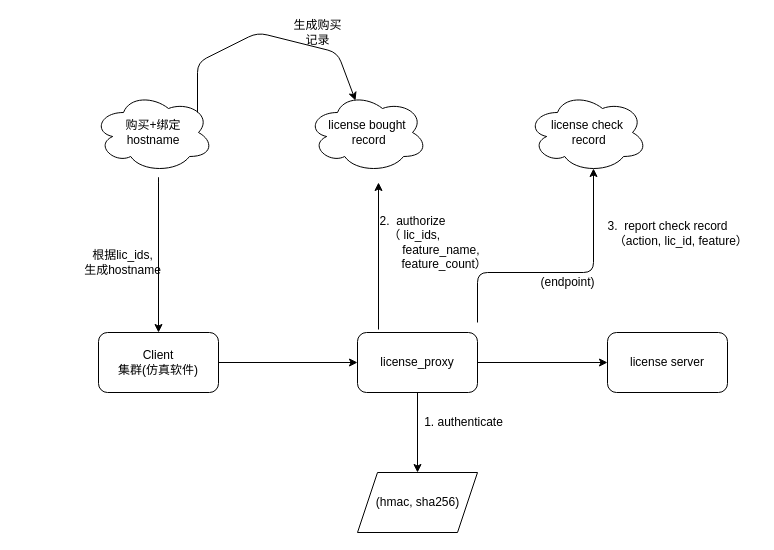
Before: license_proxy.drawio in mirko1593/adt, a draw.io diagram. Source tidied: cells renumbered, new cells numbered last; positions are measured from the earlier drawing's top-left corner, leaving out a move shared by most shapes. Both pictures are drawn from the tidied source at 100%, with x=0, y=0 at pixel (77, 17).
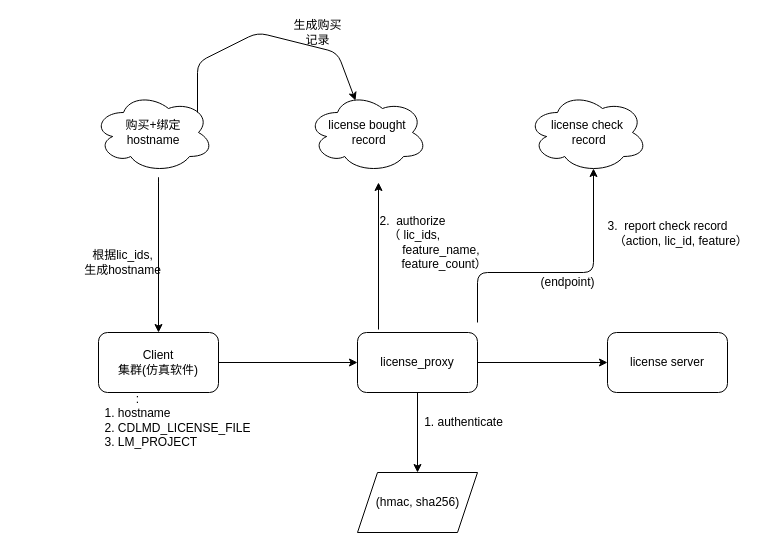
The same page after the edit.

Diff of the diagram source:
```diff
@@
+    <mxCell id="23" value=":&lt;br&gt;1. hostname&lt;br&gt;&amp;nbsp; &amp;nbsp; &amp;nbsp; &amp;nbsp; &amp;nbsp; &amp;nbsp; &amp;nbsp; &amp;nbsp; &amp;nbsp; &amp;nbsp; &amp;nbsp; &amp;nbsp; 2. CDLMD_LICENSE_FILE&lt;br&gt;&amp;nbsp; &amp;nbsp; &amp;nbsp; &amp;nbsp; 3. LM_PROJECT&lt;br&gt;&lt;div style=&quot;text-align: left&quot;&gt;&lt;font color=&quot;#dd1144&quot; face=&quot;Consolas, monospace, tahoma, Arial&quot;&gt;&lt;span style=&quot;font-size: 14px ; background-color: rgb(246 , 246 , 246)&quot;&gt;&lt;br&gt;&lt;/span&gt;&lt;/font&gt;&lt;/div&gt;&lt;div style=&quot;text-align: left&quot;&gt;&lt;font color=&quot;#dd1144&quot; face=&quot;Consolas, monospace, tahoma, Arial&quot;&gt;&lt;span style=&quot;font-size: 14px ; background-color: rgb(246 , 246 , 246)&quot;&gt;&lt;br&gt;&lt;/span&gt;&lt;/font&gt;&lt;/div&gt;" style="text;html=1;align=center;verticalAlign=middle;strokeColor=none;" parent="1" vertex="1">
+      <mxGeometry x="-60" y="375" width="240" height="90" as="geometry" />
+    </mxCell>
```
